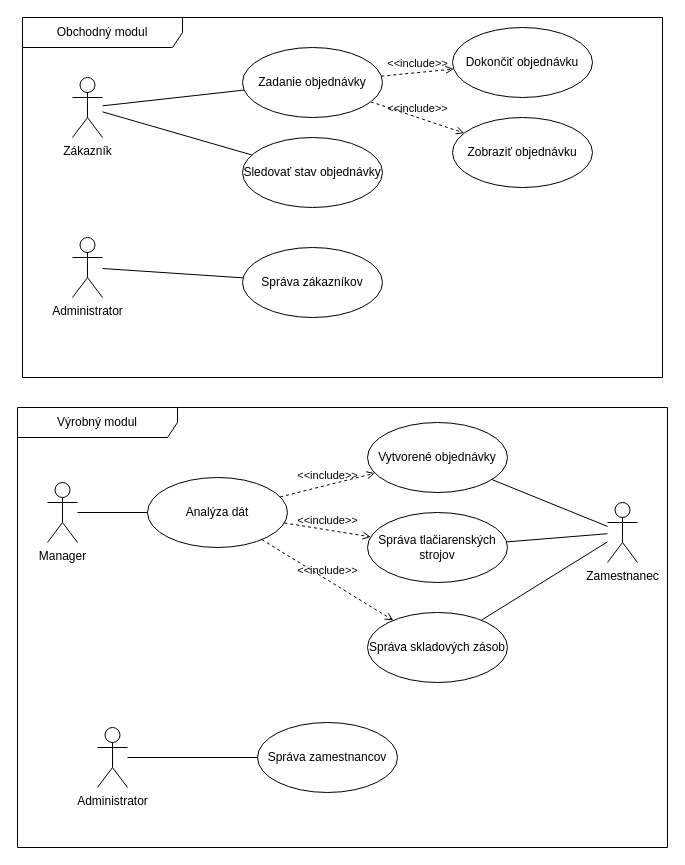
Before: semester_project.drawio in KuzmaJn/Software-engineering, a draw.io diagram. Source tidied: cells renumbered, new cells numbered last; positions are measured from the earlier drawing's top-left corner, leaving out a move shared by most shapes. Both pictures are drawn from the tidied source at 100%, with x=0, y=0 at pixel (17, 17).
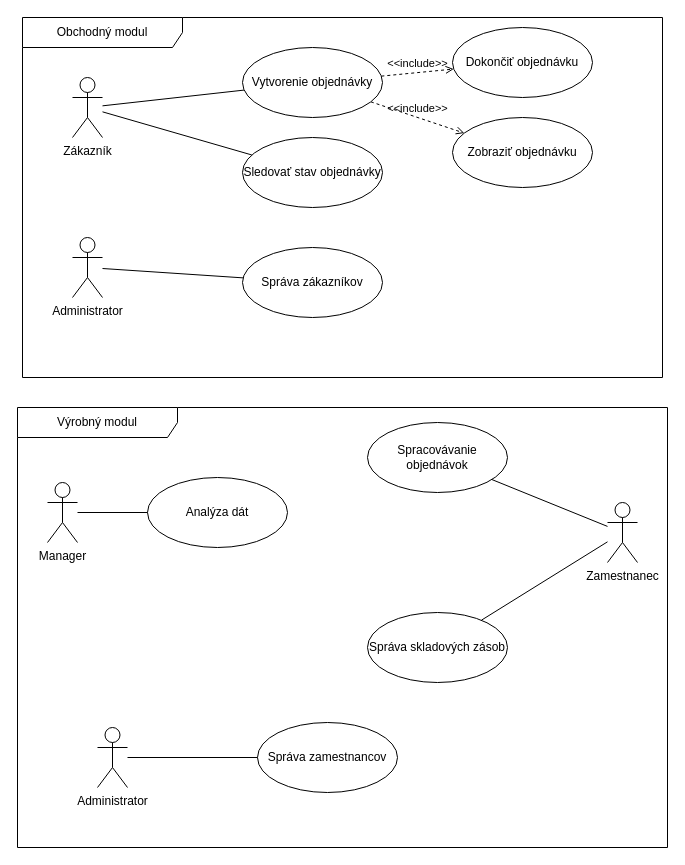
The same page after the edit.

The change refers to these unchanged cells:
```xml
<mxCell id="2" value="Obchodný modul" style="shape=umlFrame;whiteSpace=wrap;html=1;width=160;" parent="1" vertex="1">
  <mxGeometry x="5" width="640" height="360" as="geometry" />
</mxCell>
<mxCell id="15" value="Výrobný modul" style="shape=umlFrame;whiteSpace=wrap;html=1;width=160;" parent="1" vertex="1">
  <mxGeometry y="390" width="650" height="440" as="geometry" />
</mxCell>
<mxCell id="16" value="&lt;div&gt;Zamestnanec&lt;/div&gt;&lt;div&gt;&lt;br&gt;&lt;/div&gt;" style="shape=umlActor;verticalLabelPosition=bottom;verticalAlign=top;html=1;" parent="15" vertex="1">
  <mxGeometry x="590" y="95" width="30" height="60" as="geometry" />
</mxCell>
<mxCell id="18" value="Analýza dát" style="ellipse;whiteSpace=wrap;html=1;" parent="15" vertex="1">
  <mxGeometry x="130" y="70" width="140" height="70" as="geometry" />
</mxCell>
<mxCell id="25" value="Správa skladových zásob" style="ellipse;whiteSpace=wrap;html=1;" parent="15" vertex="1">
  <mxGeometry x="350" y="205" width="140" height="70" as="geometry" />
</mxCell>
```

What changed in the source:
```diff
@@
-    <mxCell id="9" value="Zadanie objednávky" style="ellipse;whiteSpace=wrap;html=1;" parent="2" vertex="1">
+    <mxCell id="9" value="Vytvorenie objednávky" style="ellipse;whiteSpace=wrap;html=1;" parent="2" vertex="1">
       <mxGeometry x="220" y="30" width="140" height="70" as="geometry" />
     </mxCell>
@@
-    <mxCell id="17" value="Vytvorené objednávky" style="ellipse;whiteSpace=wrap;html=1;" parent="15" vertex="1">
+    <mxCell id="17" value="Spracovávanie objednávok" style="ellipse;whiteSpace=wrap;html=1;" parent="15" vertex="1">
       <mxGeometry x="350" y="15" width="140" height="70" as="geometry" />
     </mxCell>
@@
-    <mxCell id="27" value="&amp;lt;&amp;lt;include&amp;gt;&amp;gt;" style="html=1;verticalAlign=bottom;labelBackgroundColor=none;endArrow=open;endFill=0;dashed=1;rounded=0;" parent="15" edge="1" source="18" target="25">
-      <mxGeometry relative="1" as="geometry" />
-    </mxCell>
-    <mxCell id="28" value="&amp;lt;&amp;lt;include&amp;gt;&amp;gt;" style="html=1;verticalAlign=bottom;labelBackgroundColor=none;endArrow=open;endFill=0;dashed=1;rounded=0;" parent="15" edge="1" source="18" target="17">
-      <mxGeometry relative="1" as="geometry" />
-    </mxCell>
-    <mxCell id="29" value="Správa tlačiarenských strojov" style="ellipse;whiteSpace=wrap;html=1;" parent="15" vertex="1">
-      <mxGeometry x="350" y="105" width="140" height="70" as="geometry" />
-    </mxCell>
-    <mxCell id="30" style="html=1;verticalAlign=bottom;labelBackgroundColor=none;endArrow=none;endFill=0;endSize=6;align=left;rounded=0;" parent="15" edge="1" source="16" target="29">
-      <mxGeometry x="-1" relative="1" as="geometry" />
-    </mxCell>
-    <mxCell id="31" value="&amp;lt;&amp;lt;include&amp;gt;&amp;gt;" style="html=1;verticalAlign=bottom;labelBackgroundColor=none;endArrow=open;endFill=0;dashed=1;rounded=0;" parent="15" edge="1" source="18" target="29">
-      <mxGeometry relative="1" as="geometry" />
-    </mxCell>
```
